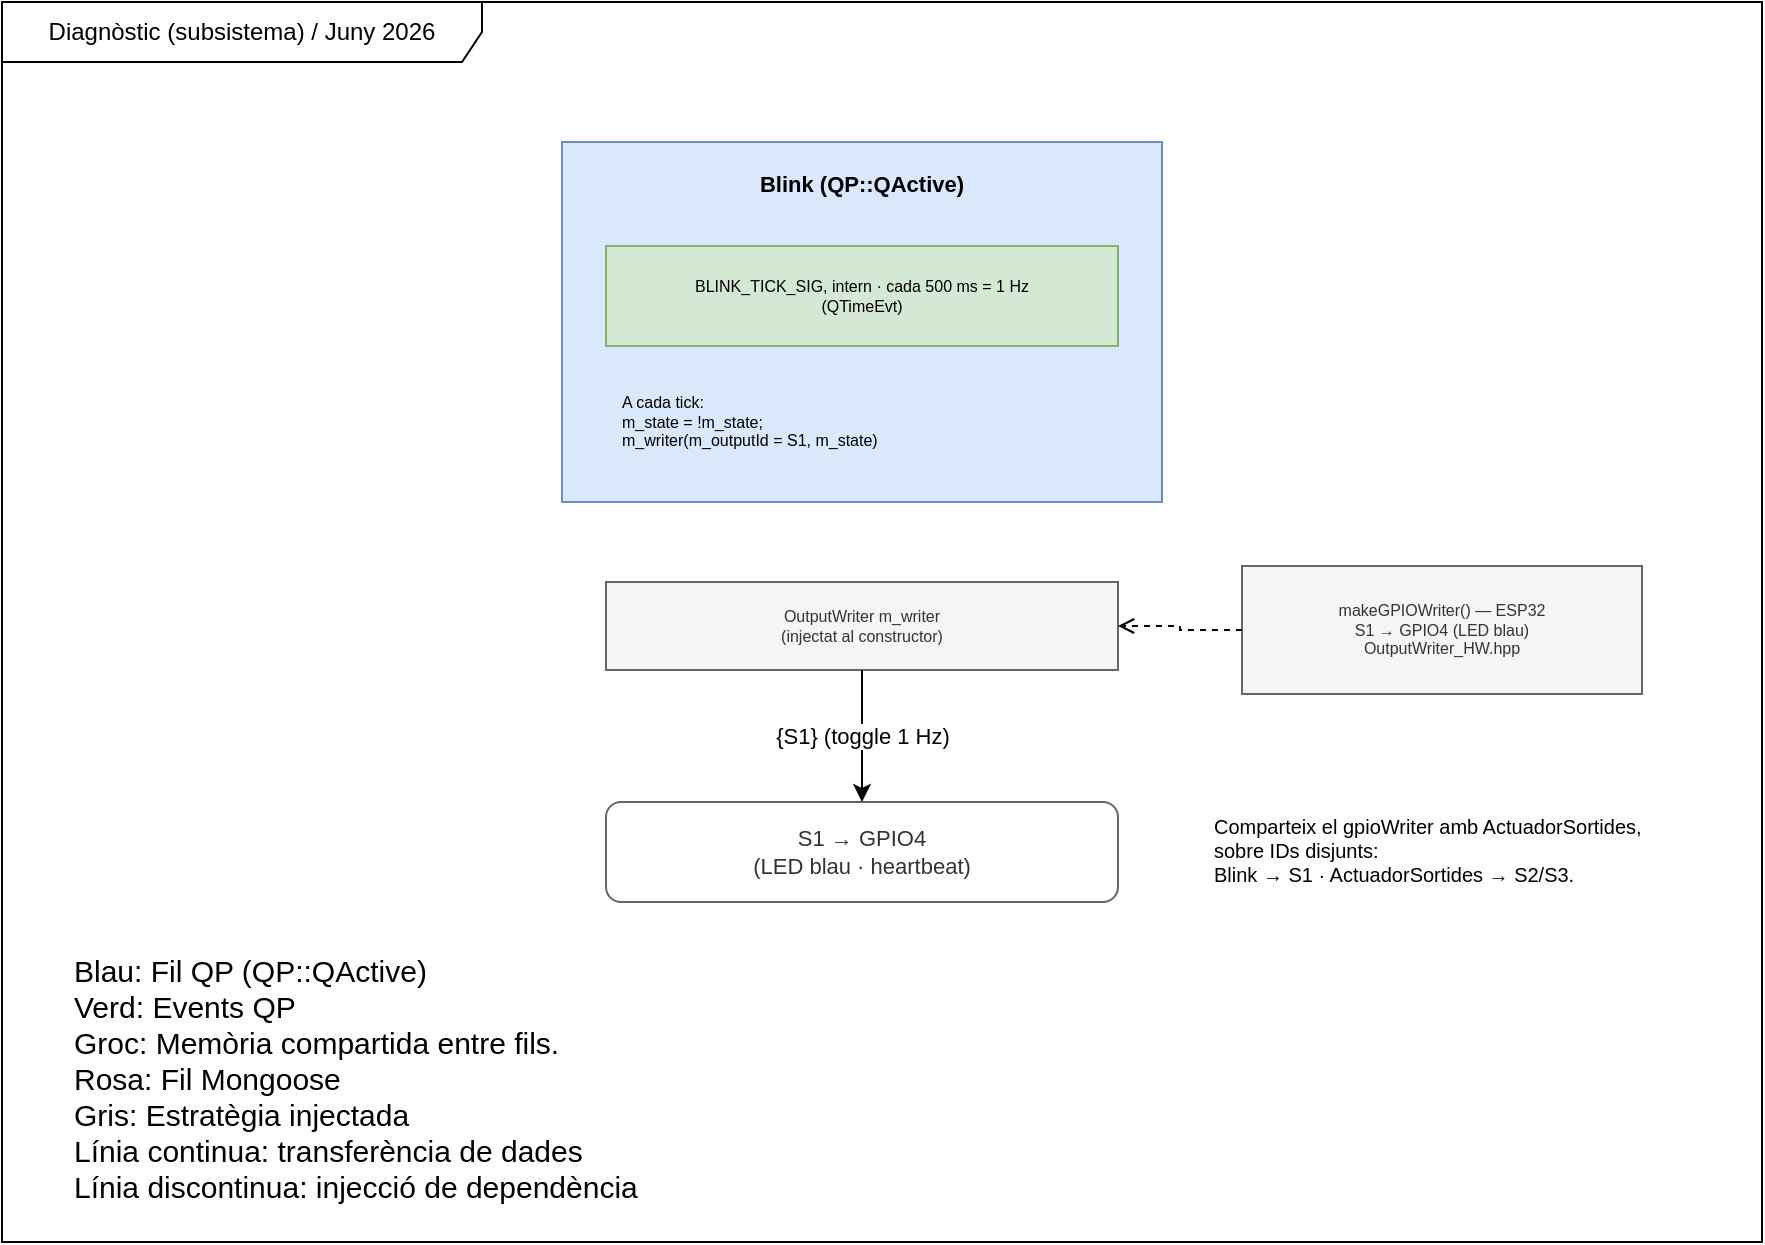
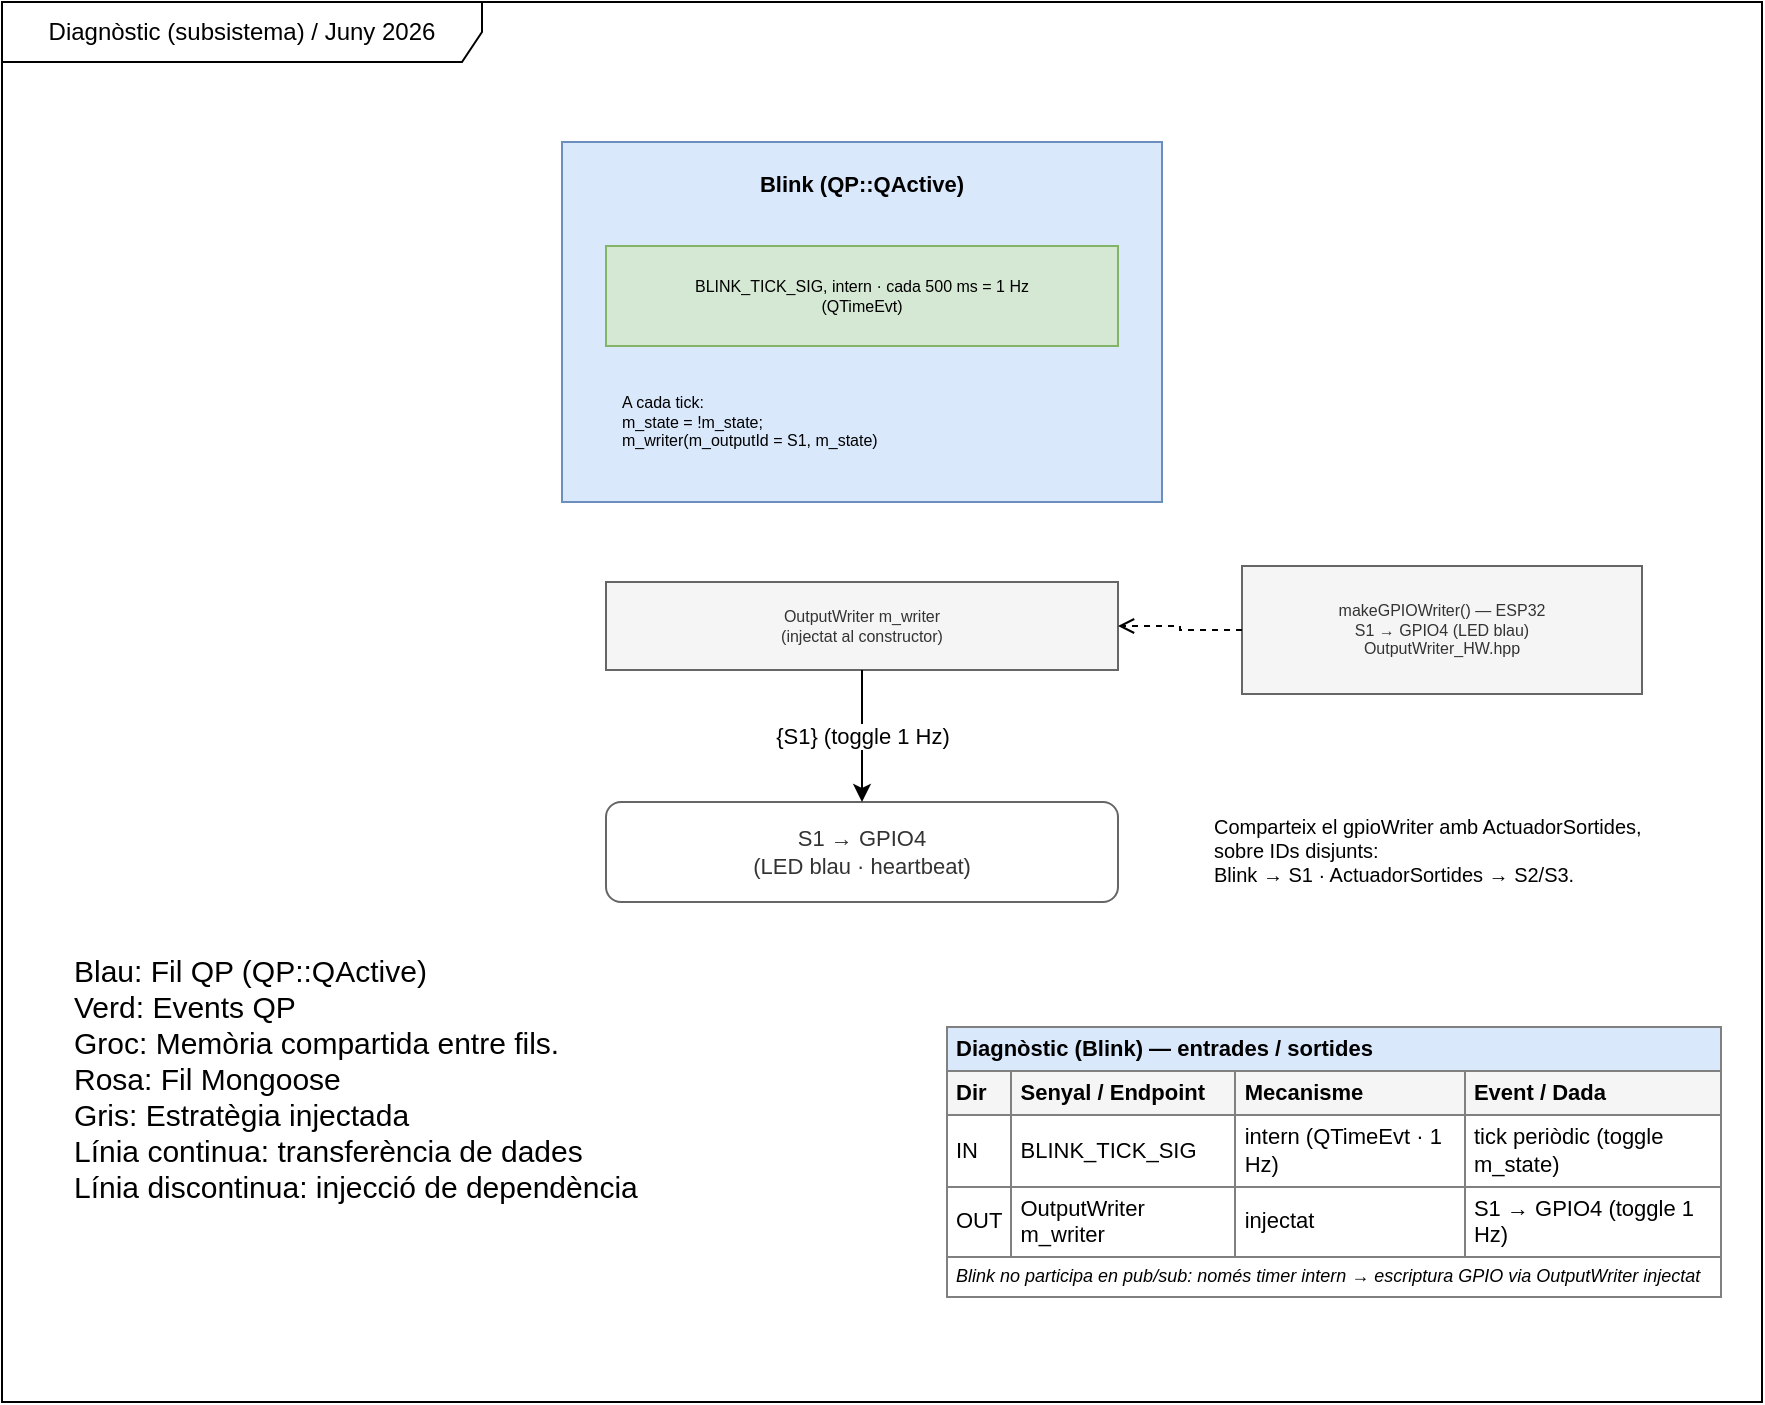
<mxfile host="Electron" agent="Claude Code" version="28.2.8">
  <diagram name="Diagnostic" id="diagnostic">
    <mxGraphModel dx="1209" dy="780" grid="1" gridSize="10" guides="1" tooltips="1" connect="1" arrows="1" fold="1" page="1" pageScale="1" pageWidth="1169" pageHeight="826" math="0" shadow="0">
      <root>
        <mxCell id="0" />
        <mxCell id="1" parent="0" />
        <mxCell id="frame" value="Diagnòstic (subsistema) / Juny 2026" style="shape=umlFrame;whiteSpace=wrap;html=1;pointerEvents=0;recursiveResize=0;collapsible=0;width=240;height=30;" parent="1" vertex="1">
-           <mxGeometry x="40" y="40" width="880" height="620" as="geometry" />
+           <mxGeometry x="40" y="40" width="880" height="700" as="geometry" />
        </mxCell>
        <mxCell id="blink" value="Blink (QP::QActive)" style="rounded=0;whiteSpace=wrap;html=1;fillColor=#dae8fc;strokeColor=#6c8ebf;fontSize=11;fontStyle=1;verticalAlign=top;spacingTop=8" parent="1" vertex="1">
          <mxGeometry x="320" y="110" width="300" height="180" as="geometry" />
        </mxCell>
        <mxCell id="blink_tick" value="BLINK_TICK_SIG, intern · cada 500 ms = 1 Hz&#xa;(QTimeEvt)" style="rounded=0;whiteSpace=wrap;html=1;fillColor=#d5e8d4;strokeColor=#82b366;fontSize=8" parent="1" vertex="1">
          <mxGeometry x="342" y="162" width="256" height="50" as="geometry" />
        </mxCell>
        <mxCell id="blink_logic" value="A cada tick:&#xa;m_state = !m_state;&#xa;m_writer(m_outputId = S1, m_state)" style="text;html=1;whiteSpace=wrap;strokeColor=none;fillColor=none;align=left;verticalAlign=middle;fontSize=8;spacingLeft=6;" parent="1" vertex="1">
          <mxGeometry x="342" y="222" width="256" height="56" as="geometry" />
        </mxCell>
        <mxCell id="mwriter" value="OutputWriter m_writer&#xa;(injectat al constructor)" style="rounded=0;whiteSpace=wrap;html=1;fillColor=#f5f5f5;strokeColor=#666666;fontColor=#333333;fontSize=8" parent="1" vertex="1">
          <mxGeometry x="342" y="330" width="256" height="44" as="geometry" />
        </mxCell>
        <mxCell id="gpiowriter" value="makeGPIOWriter() — ESP32&#xa;S1 → GPIO4 (LED blau)&#xa;OutputWriter_HW.hpp" style="rounded=0;whiteSpace=wrap;html=1;fillColor=#f5f5f5;strokeColor=#666666;fontColor=#333333;fontSize=8" parent="1" vertex="1">
          <mxGeometry x="660" y="322" width="200" height="64" as="geometry" />
        </mxCell>
        <mxCell id="s1" value="S1 → GPIO4&#xa;(LED blau · heartbeat)" style="rounded=1;whiteSpace=wrap;html=1;fillColor=#ffffff;strokeColor=#666666;fontColor=#333333;fontSize=11;" parent="1" vertex="1">
          <mxGeometry x="342" y="440" width="256" height="50" as="geometry" />
        </mxCell>
        <mxCell id="note" value="Comparteix el gpioWriter amb ActuadorSortides, sobre IDs disjunts:&#xa;Blink → S1 · ActuadorSortides → S2/S3." style="text;html=1;whiteSpace=wrap;strokeColor=none;fillColor=none;align=left;verticalAlign=top;fontSize=10;spacingLeft=4;" parent="1" vertex="1">
          <mxGeometry x="640" y="440" width="230" height="80" as="geometry" />
        </mxCell>
        <mxCell id="e_inject" style="edgeStyle=orthogonalEdgeStyle;rounded=0;html=1;dashed=1;endArrow=open;endFill=0;exitX=0;exitY=0.5;exitDx=0;exitDy=0;entryX=1;entryY=0.5;entryDx=0;entryDy=0;fontFamily=Helvetica;fontSize=11;" parent="1" source="gpiowriter" target="mwriter" edge="1">
          <mxGeometry relative="1" as="geometry" />
        </mxCell>
        <mxCell id="e_write" value="{S1} (toggle 1 Hz)" style="edgeStyle=orthogonalEdgeStyle;rounded=0;html=1;exitX=0.5;exitY=1;exitDx=0;exitDy=0;entryX=0.5;entryY=0;entryDx=0;entryDy=0;fontFamily=Helvetica;fontSize=11;" parent="1" source="mwriter" target="s1" edge="1">
          <mxGeometry relative="1" as="geometry" />
        </mxCell>
        <mxCell id="legend" value="&lt;div&gt;&lt;font style=&quot;font-size: 15px;&quot;&gt;Blau: Fil QP (QP::QActive)&lt;/font&gt;&lt;/div&gt;&lt;div&gt;&lt;font style=&quot;font-size: 15px;&quot;&gt;Verd: Events QP&lt;/font&gt;&lt;/div&gt;&lt;div&gt;&lt;font style=&quot;font-size: 15px;&quot;&gt;Groc: Memòria compartida entre fils.&lt;/font&gt;&lt;/div&gt;&lt;div&gt;&lt;font style=&quot;font-size: 15px;&quot;&gt;Rosa: Fil Mongoose&lt;/font&gt;&lt;/div&gt;&lt;div&gt;&lt;font style=&quot;font-size: 15px;&quot;&gt;Gris: Estratègia injectada&lt;/font&gt;&lt;/div&gt;&lt;div&gt;&lt;font style=&quot;font-size: 15px;&quot;&gt;Línia continua: transferència de dades&lt;/font&gt;&lt;/div&gt;&lt;div&gt;&lt;font style=&quot;font-size: 15px;&quot;&gt;Línia discontinua: injecció de dependència&lt;/font&gt;&lt;/div&gt;" style="text;strokeColor=none;fillColor=none;align=left;verticalAlign=middle;spacingLeft=4;spacingRight=4;overflow=hidden;whiteSpace=wrap;html=1;" parent="1" vertex="1">
          <mxGeometry x="70" y="510" width="430" height="135" as="geometry" />
        </mxCell>
+         <mxCell id="tbl_diag" value="&lt;table border=&quot;1&quot; cellpadding=&quot;4&quot; cellspacing=&quot;0&quot; style=&quot;border-collapse:collapse;font-size:11px&quot;&gt;&lt;tr&gt;&lt;td colspan=&quot;4&quot; style=&quot;background-color:#dae8fc;font-weight:bold&quot;&gt;Diagnòstic (Blink) — entrades / sortides&lt;/td&gt;&lt;/tr&gt;&lt;tr style=&quot;background-color:#f5f5f5;font-weight:bold&quot;&gt;&lt;td&gt;Dir&lt;/td&gt;&lt;td&gt;Senyal / Endpoint&lt;/td&gt;&lt;td&gt;Mecanisme&lt;/td&gt;&lt;td&gt;Event / Dada&lt;/td&gt;&lt;/tr&gt;&lt;tr&gt;&lt;td&gt;IN&lt;/td&gt;&lt;td&gt;BLINK_TICK_SIG&lt;/td&gt;&lt;td&gt;intern (QTimeEvt · 1 Hz)&lt;/td&gt;&lt;td&gt;tick periòdic (toggle m_state)&lt;/td&gt;&lt;/tr&gt;&lt;tr&gt;&lt;td&gt;OUT&lt;/td&gt;&lt;td&gt;OutputWriter m_writer&lt;/td&gt;&lt;td&gt;injectat&lt;/td&gt;&lt;td&gt;S1 → GPIO4 (toggle 1 Hz)&lt;/td&gt;&lt;/tr&gt;&lt;tr&gt;&lt;td colspan=&quot;4&quot; style=&quot;font-size:9px;font-style:italic&quot;&gt;Blink no participa en pub/sub: només timer intern → escriptura GPIO via OutputWriter injectat&lt;/td&gt;&lt;/tr&gt;&lt;/table&gt;" style="text;html=1;strokeColor=none;fillColor=none;align=left;verticalAlign=top;overflow=visible;whiteSpace=wrap;" parent="1" vertex="1">
+           <mxGeometry x="510" y="545" width="390" height="130" as="geometry" />
+         </mxCell>
      </root>
    </mxGraphModel>
  </diagram>
</mxfile>
